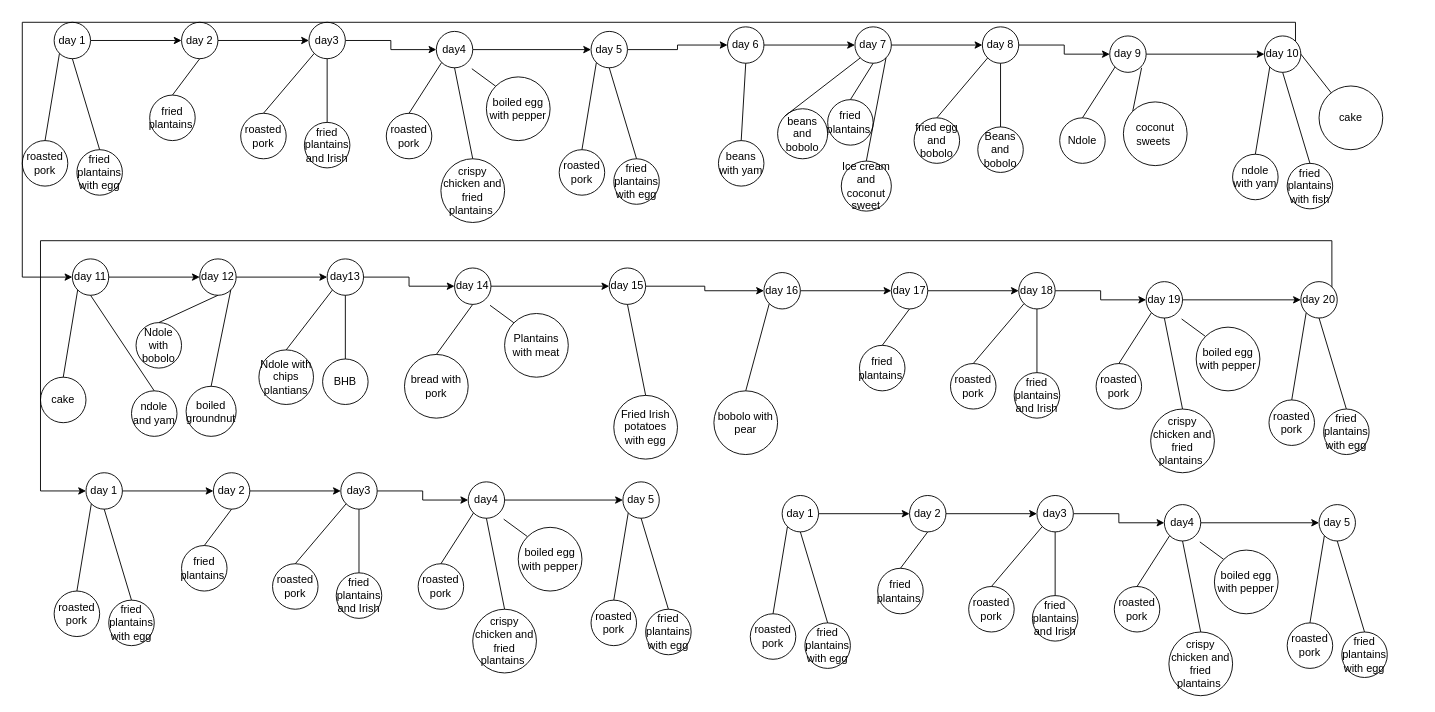
NkwescheuKSL/FrontCMS keeps this draw.io diagram as Diagrama sin título.drawio. Above is the earlier version. Source tidied: cells renumbered, new cells numbered last; positions are measured from the earlier drawing's top-left corner, leaving out a move shared by most shapes. Both pictures are drawn from the tidied source at 91%, with x=0, y=0 at pixel (22, 22).
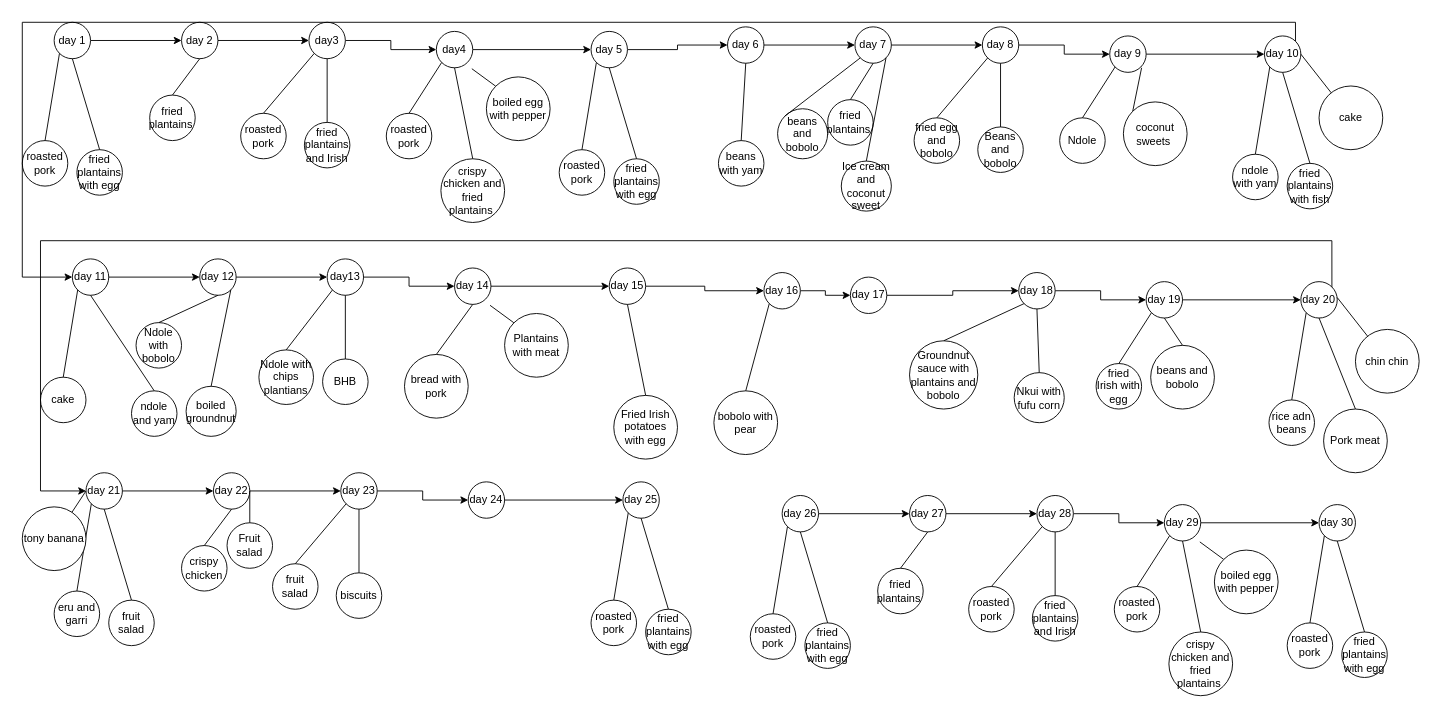
Above is the later version.

The change refers to these unchanged cells:
```xml
<mxCell id="99" value="day 19" style="ellipse;whiteSpace=wrap;html=1;" parent="1" vertex="1">
  <mxGeometry x="1235" y="285" width="40" height="40" as="geometry" />
</mxCell>
```

The edit, as a diff of the source:
```diff
@@
     <mxCell id="89" value="day 17" style="ellipse;whiteSpace=wrap;html=1;" parent="1" vertex="1">
-      <mxGeometry x="955" y="275" width="40" height="40" as="geometry" />
+      <mxGeometry x="910" y="280" width="40" height="40" as="geometry" />
     </mxCell>
-    <mxCell id="90" value="fried plantains&amp;nbsp;" style="ellipse;whiteSpace=wrap;html=1;" parent="1" vertex="1">
-      <mxGeometry x="920" y="355" width="50" height="50" as="geometry" />
-    </mxCell>
-    <mxCell id="91" style="endArrow=none;html=1;rounded=0;exitX=0.5;exitY=0;exitDx=0;exitDy=0;entryX=0.5;entryY=1;entryDx=0;entryDy=0;" parent="1" edge="1" source="90" target="89">
-      <mxGeometry relative="1" as="geometry" />
-    </mxCell>
@@
-    <mxCell id="94" value="roasted pork" style="ellipse;whiteSpace=wrap;html=1;" parent="1" vertex="1">
-      <mxGeometry x="1020" y="375" width="50" height="50" as="geometry" />
+    <mxCell id="94" value="Groundnut sauce with plantains and bobolo" style="ellipse;whiteSpace=wrap;html=1;" parent="1" vertex="1">
+      <mxGeometry x="975" y="350" width="75" height="75" as="geometry" />
     </mxCell>
-    <mxCell id="95" value="fried plantains and Irish" style="ellipse;whiteSpace=wrap;html=1;" parent="1" vertex="1">
-      <mxGeometry x="1090" y="385" width="50" height="50" as="geometry" />
+    <mxCell id="95" value="Nkui with fufu corn" style="ellipse;whiteSpace=wrap;html=1;" parent="1" vertex="1">
+      <mxGeometry x="1090" y="385" width="55" height="55" as="geometry" />
     </mxCell>
@@
-    <mxCell id="100" value="roasted pork" style="ellipse;whiteSpace=wrap;html=1;" parent="1" vertex="1">
+    <mxCell id="100" value="fried Irish with egg" style="ellipse;whiteSpace=wrap;html=1;" parent="1" vertex="1">
       <mxGeometry x="1180" y="375" width="50" height="50" as="geometry" />
     </mxCell>
-    <mxCell id="101" value="crispy chicken and fried plantains&amp;nbsp;" style="ellipse;whiteSpace=wrap;html=1;" parent="1" vertex="1">
-      <mxGeometry x="1240" y="425" width="70" height="70" as="geometry" />
+    <mxCell id="101" value="beans and bobolo" style="ellipse;whiteSpace=wrap;html=1;" parent="1" vertex="1">
+      <mxGeometry x="1240" y="355" width="70" height="70" as="geometry" />
     </mxCell>
@@
-    <mxCell id="106" value="roasted pork" style="ellipse;whiteSpace=wrap;html=1;" parent="1" vertex="1">
+    <mxCell id="106" value="rice adn beans" style="ellipse;whiteSpace=wrap;html=1;" parent="1" vertex="1">
       <mxGeometry x="1370" y="415" width="50" height="50" as="geometry" />
     </mxCell>
-    <mxCell id="107" value="fried plantains with egg" style="ellipse;whiteSpace=wrap;html=1;" parent="1" vertex="1">
-      <mxGeometry x="1430" y="425" width="50" height="50" as="geometry" />
+    <mxCell id="107" value="Pork meat" style="ellipse;whiteSpace=wrap;html=1;" parent="1" vertex="1">
+      <mxGeometry x="1430" y="425" width="70" height="70" as="geometry" />
     </mxCell>
@@
-    <mxCell id="110" style="endArrow=none;html=1;rounded=0;entryX=0.975;entryY=1.025;entryDx=0;entryDy=0;entryPerimeter=0;exitX=0;exitY=0;exitDx=0;exitDy=0;" parent="1" edge="1" source="111" target="99">
-      <mxGeometry relative="1" as="geometry" />
-    </mxCell>
-    <mxCell id="111" value="boiled egg&lt;br&gt;with pepper" style="ellipse;whiteSpace=wrap;html=1;" parent="1" vertex="1">
-      <mxGeometry x="1290" y="335" width="70" height="70" as="geometry" />
-    </mxCell>
@@
-    <mxCell id="113" value="day 1" style="ellipse;whiteSpace=wrap;html=1;" parent="1" vertex="1">
+    <mxCell id="113" value="day 21" style="ellipse;whiteSpace=wrap;html=1;" parent="1" vertex="1">
       <mxGeometry x="70" y="495" width="40" height="40" as="geometry" />
     </mxCell>
-    <mxCell id="114" value="roasted pork" style="ellipse;whiteSpace=wrap;html=1;" parent="1" vertex="1">
+    <mxCell id="114" value="eru and garri" style="ellipse;whiteSpace=wrap;html=1;" parent="1" vertex="1">
       <mxGeometry x="35" y="625" width="50" height="50" as="geometry" />
     </mxCell>
-    <mxCell id="115" value="fried plantains with egg" style="ellipse;whiteSpace=wrap;html=1;" parent="1" vertex="1">
+    <mxCell id="115" value="fruit salad" style="ellipse;whiteSpace=wrap;html=1;" parent="1" vertex="1">
       <mxGeometry x="95" y="635" width="50" height="50" as="geometry" />
     </mxCell>
@@
-    <mxCell id="119" value="day 2" style="ellipse;whiteSpace=wrap;html=1;" parent="1" vertex="1">
+    <mxCell id="119" value="day 22" style="ellipse;whiteSpace=wrap;html=1;" parent="1" vertex="1">
       <mxGeometry x="210" y="495" width="40" height="40" as="geometry" />
     </mxCell>
-    <mxCell id="120" value="fried plantains&amp;nbsp;" style="ellipse;whiteSpace=wrap;html=1;" parent="1" vertex="1">
+    <mxCell id="120" value="crispy chicken" style="ellipse;whiteSpace=wrap;html=1;" parent="1" vertex="1">
       <mxGeometry x="175" y="575" width="50" height="50" as="geometry" />
     </mxCell>
@@
-    <mxCell id="123" value="day3" style="ellipse;whiteSpace=wrap;html=1;" parent="1" vertex="1">
+    <mxCell id="123" value="day 23" style="ellipse;whiteSpace=wrap;html=1;" parent="1" vertex="1">
       <mxGeometry x="350" y="495" width="40" height="40" as="geometry" />
     </mxCell>
-    <mxCell id="124" value="roasted pork" style="ellipse;whiteSpace=wrap;html=1;" parent="1" vertex="1">
+    <mxCell id="124" value="fruit salad" style="ellipse;whiteSpace=wrap;html=1;" parent="1" vertex="1">
       <mxGeometry x="275" y="595" width="50" height="50" as="geometry" />
     </mxCell>
-    <mxCell id="125" value="fried plantains and Irish" style="ellipse;whiteSpace=wrap;html=1;" parent="1" vertex="1">
+    <mxCell id="125" value="biscuits" style="ellipse;whiteSpace=wrap;html=1;" parent="1" vertex="1">
       <mxGeometry x="345" y="605" width="50" height="50" as="geometry" />
     </mxCell>
@@
-    <mxCell id="129" value="day4" style="ellipse;whiteSpace=wrap;html=1;" parent="1" vertex="1">
+    <mxCell id="129" value="day 24" style="ellipse;whiteSpace=wrap;html=1;" parent="1" vertex="1">
       <mxGeometry x="490" y="505" width="40" height="40" as="geometry" />
     </mxCell>
-    <mxCell id="130" value="roasted pork" style="ellipse;whiteSpace=wrap;html=1;" parent="1" vertex="1">
-      <mxGeometry x="435" y="595" width="50" height="50" as="geometry" />
-    </mxCell>
-    <mxCell id="131" value="crispy chicken and fried plantains&amp;nbsp;" style="ellipse;whiteSpace=wrap;html=1;" parent="1" vertex="1">
-      <mxGeometry x="495" y="645" width="70" height="70" as="geometry" />
-    </mxCell>
-    <mxCell id="132" style="endArrow=none;html=1;rounded=0;exitX=0.5;exitY=0;exitDx=0;exitDy=0;entryX=0;entryY=1;entryDx=0;entryDy=0;" parent="1" edge="1" source="130" target="129">
-      <mxGeometry relative="1" as="geometry" />
-    </mxCell>
-    <mxCell id="133" style="endArrow=none;html=1;rounded=0;exitX=0.5;exitY=0;exitDx=0;exitDy=0;entryX=0.5;entryY=1;entryDx=0;entryDy=0;" parent="1" edge="1" source="131" target="129">
-      <mxGeometry relative="1" as="geometry" />
-    </mxCell>
-    <mxCell id="134" value="day 5" style="ellipse;whiteSpace=wrap;html=1;" parent="1" vertex="1">
+    <mxCell id="134" value="day 25" style="ellipse;whiteSpace=wrap;html=1;" parent="1" vertex="1">
       <mxGeometry x="660" y="505" width="40" height="40" as="geometry" />
     </mxCell>
@@
-    <mxCell id="139" style="endArrow=none;html=1;rounded=0;entryX=0.975;entryY=1.025;entryDx=0;entryDy=0;entryPerimeter=0;exitX=0;exitY=0;exitDx=0;exitDy=0;" parent="1" edge="1" source="140" target="129">
-      <mxGeometry relative="1" as="geometry" />
-    </mxCell>
-    <mxCell id="140" value="boiled egg&lt;br&gt;with pepper" style="ellipse;whiteSpace=wrap;html=1;" parent="1" vertex="1">
-      <mxGeometry x="545" y="555" width="70" height="70" as="geometry" />
-    </mxCell>
@@
-    <mxCell id="142" value="day 1" style="ellipse;whiteSpace=wrap;html=1;" parent="1" vertex="1">
+    <mxCell id="142" value="day 26" style="ellipse;whiteSpace=wrap;html=1;" parent="1" vertex="1">
       <mxGeometry x="835" y="520" width="40" height="40" as="geometry" />
     </mxCell>
@@
-    <mxCell id="148" value="day 2" style="ellipse;whiteSpace=wrap;html=1;" parent="1" vertex="1">
+    <mxCell id="148" value="day 27" style="ellipse;whiteSpace=wrap;html=1;" parent="1" vertex="1">
       <mxGeometry x="975" y="520" width="40" height="40" as="geometry" />
     </mxCell>
@@
-    <mxCell id="152" value="day3" style="ellipse;whiteSpace=wrap;html=1;" parent="1" vertex="1">
+    <mxCell id="152" value="day 28" style="ellipse;whiteSpace=wrap;html=1;" parent="1" vertex="1">
       <mxGeometry x="1115" y="520" width="40" height="40" as="geometry" />
     </mxCell>
@@
-    <mxCell id="158" value="day4" style="ellipse;whiteSpace=wrap;html=1;" parent="1" vertex="1">
+    <mxCell id="158" value="day 29" style="ellipse;whiteSpace=wrap;html=1;" parent="1" vertex="1">
       <mxGeometry x="1255" y="530" width="40" height="40" as="geometry" />
     </mxCell>
@@
-    <mxCell id="163" value="day 5" style="ellipse;whiteSpace=wrap;html=1;" parent="1" vertex="1">
+    <mxCell id="163" value="day 30" style="ellipse;whiteSpace=wrap;html=1;" parent="1" vertex="1">
       <mxGeometry x="1425" y="530" width="40" height="40" as="geometry" />
     </mxCell>
@@
+    <mxCell id="178" value="chin chin" style="ellipse;whiteSpace=wrap;html=1;" parent="1" vertex="1">
+      <mxGeometry x="1465" y="337.5" width="70" height="70" as="geometry" />
+    </mxCell>
+    <mxCell id="179" style="endArrow=none;html=1;rounded=0;entryX=1;entryY=0.5;entryDx=0;entryDy=0;" parent="1" edge="1" source="178">
+      <mxGeometry relative="1" as="geometry">
+        <mxPoint x="1445" y="302.5" as="targetPoint" />
+      </mxGeometry>
+    </mxCell>
+    <mxCell id="180" value="tony banana" style="ellipse;whiteSpace=wrap;html=1;" parent="1" vertex="1">
+      <mxGeometry y="532.5" width="70" height="70" as="geometry" />
+    </mxCell>
+    <mxCell id="181" style="endArrow=none;html=1;rounded=0;entryX=0;entryY=0.5;entryDx=0;entryDy=0;" parent="1" edge="1" source="180" target="113">
+      <mxGeometry relative="1" as="geometry" />
+    </mxCell>
+    <mxCell id="182" value="Fruit salad" style="ellipse;whiteSpace=wrap;html=1;" parent="1" vertex="1">
+      <mxGeometry x="225" y="550" width="50" height="50" as="geometry" />
+    </mxCell>
+    <mxCell id="183" style="endArrow=none;html=1;rounded=0;exitX=0.5;exitY=0;exitDx=0;exitDy=0;entryX=1;entryY=0.5;entryDx=0;entryDy=0;" parent="1" edge="1" source="182" target="119">
+      <mxGeometry relative="1" as="geometry" />
+    </mxCell>
```
